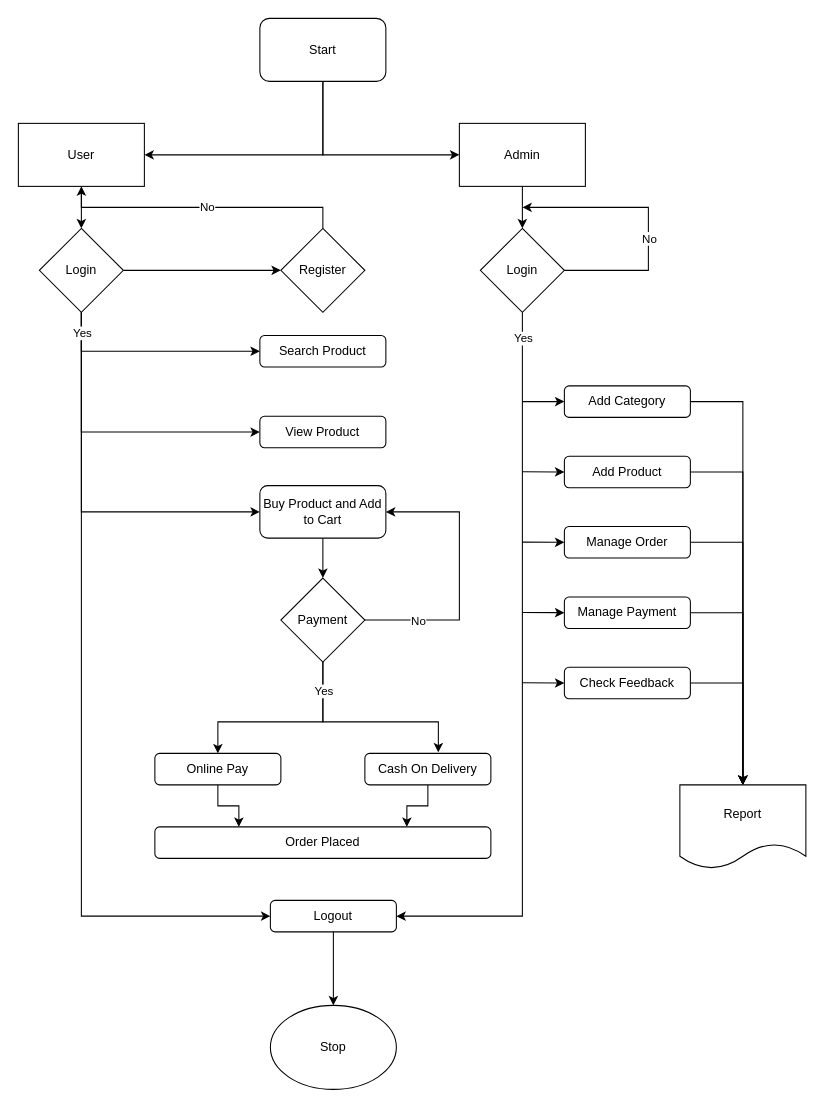
Before: geeks/Untitled Diagram.drawio in kajukopi/belajar, a draw.io diagram. Source tidied: cells renumbered, new cells numbered last; positions are measured from the earlier drawing's top-left corner, leaving out a move shared by most shapes. Both pictures are drawn from the tidied source at 105%, with x=0, y=0 at pixel (18, 18).
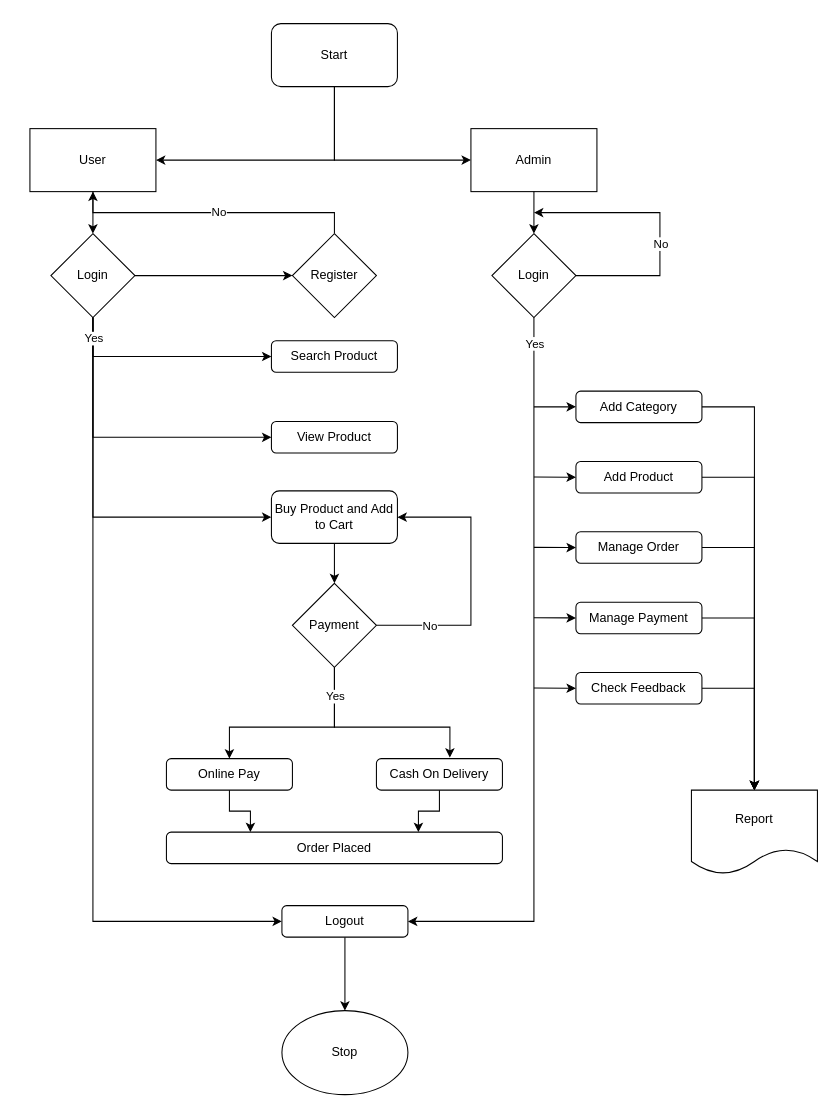
After the change.

Unchanged cells that the change refers to:
```xml
<mxCell id="43" value="Online Pay" style="rounded=1;whiteSpace=wrap;html=1;" parent="42" vertex="1">
  <mxGeometry width="120" height="30" as="geometry" />
</mxCell>
<mxCell id="44" value="Cash On Delivery" style="rounded=1;whiteSpace=wrap;html=1;" parent="42" vertex="1">
  <mxGeometry x="200" width="120" height="30" as="geometry" />
</mxCell>
```

What changed in the source:
```diff
@@
+    <mxCell id="59" style="group;" parent="1" vertex="1">
+      <mxGeometry x="11" y="5" width="750" height="1020" as="geometry" />
+    </mxCell>
+    <mxCell id="37" style="edgeStyle=orthogonalEdgeStyle;rounded=0;jettySize=auto;html=1;entryX=0.583;entryY=-0.033;entryDx=0;entryDy=0;entryPerimeter=0;" parent="59" edge="1" source="40" target="44">
+      <mxGeometry relative="1" as="geometry">
+        <Array as="points">
+          <mxPoint x="290" y="670" />
+          <mxPoint x="400" y="670" />
+        </Array>
+      </mxGeometry>
+    </mxCell>
+    <mxCell id="4" value="Start" style="rounded=1;whiteSpace=wrap;html=1;" parent="59" vertex="1">
+      <mxGeometry x="230" width="120" height="60" as="geometry" />
+    </mxCell>
+    <mxCell id="6" value="User" style="rounded=0;whiteSpace=wrap;html=1;" parent="59" vertex="1">
+      <mxGeometry y="100" width="120" height="60" as="geometry" />
+    </mxCell>
+    <mxCell id="3" style="edgeStyle=orthogonalEdgeStyle;rounded=0;jettySize=auto;html=1;entryX=1;entryY=0.5;entryDx=0;entryDy=0;exitX=0.5;exitY=1;exitDx=0;exitDy=0;" parent="59" edge="1" source="4" target="6">
+      <mxGeometry relative="1" as="geometry" />
+    </mxCell>
+    <mxCell id="8" value="Admin" style="rounded=0;whiteSpace=wrap;html=1;" parent="59" vertex="1">
+      <mxGeometry x="420" y="100" width="120" height="60" as="geometry" />
+    </mxCell>
-    <mxCell id="2" style="edgeStyle=orthogonalEdgeStyle;rounded=0;jettySize=auto;html=1;entryX=0;entryY=0.5;entryDx=0;entryDy=0;exitX=0.5;exitY=1;exitDx=0;exitDy=0;" parent="1" edge="1" source="4" target="8">
+    <mxCell id="2" style="edgeStyle=orthogonalEdgeStyle;rounded=0;jettySize=auto;html=1;entryX=0;entryY=0.5;entryDx=0;entryDy=0;exitX=0.5;exitY=1;exitDx=0;exitDy=0;" parent="59" edge="1" source="4" target="8">
       <mxGeometry relative="1" as="geometry" />
     </mxCell>
-    <mxCell id="3" style="edgeStyle=orthogonalEdgeStyle;rounded=0;jettySize=auto;html=1;entryX=1;entryY=0.5;entryDx=0;entryDy=0;exitX=0.5;exitY=1;exitDx=0;exitDy=0;" parent="1" edge="1" source="4" target="6">
-      <mxGeometry relative="1" as="geometry" />
-    </mxCell>
-    <mxCell id="4" value="Start" style="rounded=1;whiteSpace=wrap;html=1;" parent="1" vertex="1">
-      <mxGeometry x="230" width="120" height="60" as="geometry" />
-    </mxCell>
-    <mxCell id="5" style="edgeStyle=orthogonalEdgeStyle;rounded=0;jettySize=auto;html=1;entryX=0.5;entryY=0;entryDx=0;entryDy=0;" parent="1" edge="1" source="6" target="27">
-      <mxGeometry relative="1" as="geometry" />
-    </mxCell>
-    <mxCell id="6" value="User" style="rounded=0;whiteSpace=wrap;html=1;" parent="1" vertex="1">
-      <mxGeometry y="100" width="120" height="60" as="geometry" />
-    </mxCell>
+    <mxCell id="11" value="Login" style="rhombus;whiteSpace=wrap;html=1;" parent="59" vertex="1">
+      <mxGeometry x="440" y="200" width="80" height="80" as="geometry" />
+    </mxCell>
-    <mxCell id="7" style="edgeStyle=orthogonalEdgeStyle;rounded=0;jettySize=auto;html=1;entryX=0.5;entryY=0;entryDx=0;entryDy=0;" parent="1" edge="1" source="8" target="11">
+    <mxCell id="7" style="edgeStyle=orthogonalEdgeStyle;rounded=0;jettySize=auto;html=1;entryX=0.5;entryY=0;entryDx=0;entryDy=0;" parent="59" edge="1" source="8" target="11">
       <mxGeometry relative="1" as="geometry" />
     </mxCell>
-    <mxCell id="8" value="Admin" style="rounded=0;whiteSpace=wrap;html=1;" parent="1" vertex="1">
-      <mxGeometry x="420" y="100" width="120" height="60" as="geometry" />
-    </mxCell>
-    <mxCell id="9" style="edgeStyle=orthogonalEdgeStyle;rounded=0;jettySize=auto;html=1;entryX=1;entryY=0.5;entryDx=0;entryDy=0;exitX=0.5;exitY=1;exitDx=0;exitDy=0;" parent="1" edge="1" source="11" target="49">
-      <mxGeometry relative="1" as="geometry">
-        <Array as="points">
-          <mxPoint x="480" y="855" />
-        </Array>
-      </mxGeometry>
-    </mxCell>
-    <mxCell id="10" value="Yes" style="edgeLabel;html=1;align=center;verticalAlign=middle;" parent="9" vertex="1">
-      <mxGeometry x="-0.93" relative="1" as="geometry" />
-    </mxCell>
-    <mxCell id="11" value="Login" style="rhombus;whiteSpace=wrap;html=1;" parent="1" vertex="1">
-      <mxGeometry x="440" y="200" width="80" height="80" as="geometry" />
-    </mxCell>
-    <mxCell id="12" style="edgeStyle=orthogonalEdgeStyle;rounded=0;jettySize=auto;html=1;entryX=0.5;entryY=0;entryDx=0;entryDy=0;startArrow=none;startFill=0;endArrow=classic;endFill=1;" parent="1" edge="1" source="13" target="14">
-      <mxGeometry relative="1" as="geometry">
-        <Array as="points">
-          <mxPoint x="690" y="365" />
-        </Array>
-      </mxGeometry>
-    </mxCell>
-    <mxCell id="13" value="Add Category" style="rounded=1;whiteSpace=wrap;html=1;" parent="1" vertex="1">
+    <mxCell id="13" value="Add Category" style="rounded=1;whiteSpace=wrap;html=1;" parent="59" vertex="1">
       <mxGeometry x="520" y="350" width="120" height="30" as="geometry" />
     </mxCell>
-    <mxCell id="14" value="Report" style="shape=document;whiteSpace=wrap;html=1;boundedLbl=1;" parent="1" vertex="1">
+    <mxCell id="14" value="Report" style="shape=document;whiteSpace=wrap;html=1;boundedLbl=1;" parent="59" vertex="1">
       <mxGeometry x="630" y="730" width="120" height="80" as="geometry" />
     </mxCell>
+    <mxCell id="12" style="edgeStyle=orthogonalEdgeStyle;rounded=0;jettySize=auto;html=1;entryX=0.5;entryY=0;entryDx=0;entryDy=0;startArrow=none;startFill=0;endArrow=classic;endFill=1;" parent="59" edge="1" source="13" target="14">
+      <mxGeometry relative="1" as="geometry">
+        <Array as="points">
+          <mxPoint x="690" y="365" />
+        </Array>
+      </mxGeometry>
+    </mxCell>
-    <mxCell id="15" style="edgeStyle=orthogonalEdgeStyle;rounded=0;jettySize=auto;html=1;entryX=0.5;entryY=0;entryDx=0;entryDy=0;startArrow=none;startFill=0;endArrow=classic;endFill=1;" parent="1" edge="1" source="16" target="14">
+    <mxCell id="15" style="edgeStyle=orthogonalEdgeStyle;rounded=0;jettySize=auto;html=1;entryX=0.5;entryY=0;entryDx=0;entryDy=0;startArrow=none;startFill=0;endArrow=classic;endFill=1;" parent="59" edge="1" source="16" target="14">
       <mxGeometry relative="1" as="geometry">
         <Array as="points">
           <mxPoint x="690" y="432" />
         </Array>
       </mxGeometry>
     </mxCell>
-    <mxCell id="16" value="Add Product" style="rounded=1;whiteSpace=wrap;html=1;" parent="1" vertex="1">
+    <mxCell id="16" value="Add Product" style="rounded=1;whiteSpace=wrap;html=1;" parent="59" vertex="1">
       <mxGeometry x="520" y="417" width="120" height="30" as="geometry" />
     </mxCell>
-    <mxCell id="17" style="edgeStyle=orthogonalEdgeStyle;rounded=0;jettySize=auto;html=1;entryX=0.5;entryY=0;entryDx=0;entryDy=0;startArrow=none;startFill=0;endArrow=classic;endFill=1;" parent="1" edge="1" source="18" target="14">
+    <mxCell id="17" style="edgeStyle=orthogonalEdgeStyle;rounded=0;jettySize=auto;html=1;entryX=0.5;entryY=0;entryDx=0;entryDy=0;startArrow=none;startFill=0;endArrow=classic;endFill=1;" parent="59" edge="1" source="18" target="14">
       <mxGeometry relative="1" as="geometry">
         <Array as="points">
           <mxPoint x="690" y="499" />
         </Array>
       </mxGeometry>
     </mxCell>
-    <mxCell id="18" value="Manage Order" style="rounded=1;whiteSpace=wrap;html=1;" parent="1" vertex="1">
+    <mxCell id="18" value="Manage Order" style="rounded=1;whiteSpace=wrap;html=1;" parent="59" vertex="1">
       <mxGeometry x="520" y="484" width="120" height="30" as="geometry" />
     </mxCell>
-    <mxCell id="19" style="edgeStyle=orthogonalEdgeStyle;rounded=0;jettySize=auto;html=1;entryX=0.5;entryY=0;entryDx=0;entryDy=0;startArrow=none;startFill=0;endArrow=classic;endFill=1;" parent="1" edge="1" source="20" target="14">
+    <mxCell id="19" style="edgeStyle=orthogonalEdgeStyle;rounded=0;jettySize=auto;html=1;entryX=0.5;entryY=0;entryDx=0;entryDy=0;startArrow=none;startFill=0;endArrow=classic;endFill=1;" parent="59" edge="1" source="20" target="14">
       <mxGeometry relative="1" as="geometry">
         <Array as="points">
           <mxPoint x="690" y="566" />
         </Array>
       </mxGeometry>
     </mxCell>
-    <mxCell id="20" value="Manage Payment" style="rounded=1;whiteSpace=wrap;html=1;" parent="1" vertex="1">
+    <mxCell id="20" value="Manage Payment" style="rounded=1;whiteSpace=wrap;html=1;" parent="59" vertex="1">
       <mxGeometry x="520" y="551" width="120" height="30" as="geometry" />
     </mxCell>
-    <mxCell id="21" style="edgeStyle=orthogonalEdgeStyle;rounded=0;jettySize=auto;html=1;entryX=0.5;entryY=0;entryDx=0;entryDy=0;startArrow=none;startFill=0;endArrow=classic;endFill=1;" parent="1" edge="1" source="22" target="14">
+    <mxCell id="21" style="edgeStyle=orthogonalEdgeStyle;rounded=0;jettySize=auto;html=1;entryX=0.5;entryY=0;entryDx=0;entryDy=0;startArrow=none;startFill=0;endArrow=classic;endFill=1;" parent="59" edge="1" source="22" target="14">
       <mxGeometry relative="1" as="geometry">
         <Array as="points">
           <mxPoint x="690" y="633" />
         </Array>
       </mxGeometry>
     </mxCell>
-    <mxCell id="22" value="Check Feedback" style="rounded=1;whiteSpace=wrap;html=1;" parent="1" vertex="1">
+    <mxCell id="22" value="Check Feedback" style="rounded=1;whiteSpace=wrap;html=1;" parent="59" vertex="1">
       <mxGeometry x="520" y="618" width="120" height="30" as="geometry" />
     </mxCell>
-    <mxCell id="23" style="edgeStyle=orthogonalEdgeStyle;rounded=0;jettySize=auto;html=1;entryX=0;entryY=0.5;entryDx=0;entryDy=0;" parent="1" edge="1" source="27" target="30">
-      <mxGeometry relative="1" as="geometry" />
-    </mxCell>
-    <mxCell id="24" style="edgeStyle=orthogonalEdgeStyle;rounded=0;jettySize=auto;html=1;entryX=0;entryY=0.5;entryDx=0;entryDy=0;startArrow=none;startFill=0;endArrow=classic;endFill=1;exitX=0.5;exitY=1;exitDx=0;exitDy=0;" parent="1" edge="1" source="27" target="31">
-      <mxGeometry relative="1" as="geometry">
-        <Array as="points">
-          <mxPoint x="60" y="317" />
-        </Array>
-      </mxGeometry>
-    </mxCell>
-    <mxCell id="25" style="edgeStyle=orthogonalEdgeStyle;rounded=0;jettySize=auto;html=1;entryX=0;entryY=0.5;entryDx=0;entryDy=0;startArrow=none;startFill=0;endArrow=classic;endFill=1;exitX=0.5;exitY=1;exitDx=0;exitDy=0;" parent="1" edge="1" source="27" target="32">
-      <mxGeometry relative="1" as="geometry" />
-    </mxCell>
-    <mxCell id="26" style="edgeStyle=orthogonalEdgeStyle;rounded=0;jettySize=auto;html=1;entryX=0;entryY=0.5;entryDx=0;entryDy=0;startArrow=none;startFill=0;endArrow=classic;endFill=1;exitX=0.5;exitY=1;exitDx=0;exitDy=0;" parent="1" edge="1" source="27" target="34">
-      <mxGeometry relative="1" as="geometry">
-        <Array as="points">
-          <mxPoint x="60" y="470" />
-        </Array>
-      </mxGeometry>
-    </mxCell>
-    <mxCell id="27" value="Login" style="rhombus;whiteSpace=wrap;html=1;" parent="1" vertex="1">
+    <mxCell id="27" value="Login" style="rhombus;whiteSpace=wrap;html=1;" parent="59" vertex="1">
       <mxGeometry x="20" y="200" width="80" height="80" as="geometry" />
     </mxCell>
+    <mxCell id="5" style="edgeStyle=orthogonalEdgeStyle;rounded=0;jettySize=auto;html=1;entryX=0.5;entryY=0;entryDx=0;entryDy=0;" parent="59" edge="1" source="6" target="27">
+      <mxGeometry relative="1" as="geometry" />
+    </mxCell>
-    <mxCell id="28" style="edgeStyle=orthogonalEdgeStyle;rounded=0;jettySize=auto;html=1;entryX=0.5;entryY=1;entryDx=0;entryDy=0;" parent="1" edge="1" source="30" target="6">
+    <mxCell id="28" style="edgeStyle=orthogonalEdgeStyle;rounded=0;jettySize=auto;html=1;entryX=0.5;entryY=1;entryDx=0;entryDy=0;" parent="59" edge="1" source="30" target="6">
       <mxGeometry relative="1" as="geometry">
         <Array as="points">
           <mxPoint x="290" y="180" />
           <mxPoint x="60" y="180" />
         </Array>
       </mxGeometry>
     </mxCell>
@@
-    <mxCell id="30" value="Register" style="rhombus;whiteSpace=wrap;html=1;" parent="1" vertex="1">
+    <mxCell id="30" value="Register" style="rhombus;whiteSpace=wrap;html=1;" parent="59" vertex="1">
       <mxGeometry x="250" y="200" width="80" height="80" as="geometry" />
     </mxCell>
+    <mxCell id="23" style="edgeStyle=orthogonalEdgeStyle;rounded=0;jettySize=auto;html=1;entryX=0;entryY=0.5;entryDx=0;entryDy=0;" parent="59" edge="1" source="27" target="30">
+      <mxGeometry relative="1" as="geometry" />
+    </mxCell>
-    <mxCell id="31" value="Search Product" style="rounded=1;whiteSpace=wrap;html=1;" parent="1" vertex="1">
+    <mxCell id="31" value="Search Product" style="rounded=1;whiteSpace=wrap;html=1;" parent="59" vertex="1">
       <mxGeometry x="230" y="302" width="120" height="30" as="geometry" />
     </mxCell>
+    <mxCell id="24" style="edgeStyle=orthogonalEdgeStyle;rounded=0;jettySize=auto;html=1;entryX=0;entryY=0.5;entryDx=0;entryDy=0;startArrow=none;startFill=0;endArrow=classic;endFill=1;exitX=0.5;exitY=1;exitDx=0;exitDy=0;" parent="59" edge="1" source="27" target="31">
+      <mxGeometry relative="1" as="geometry">
+        <Array as="points">
+          <mxPoint x="60" y="317" />
+        </Array>
+      </mxGeometry>
+    </mxCell>
-    <mxCell id="32" value="View Product" style="rounded=1;whiteSpace=wrap;html=1;" parent="1" vertex="1">
+    <mxCell id="32" value="View Product" style="rounded=1;whiteSpace=wrap;html=1;" parent="59" vertex="1">
       <mxGeometry x="230" y="379" width="120" height="30" as="geometry" />
     </mxCell>
-    <mxCell id="33" style="edgeStyle=orthogonalEdgeStyle;rounded=0;jettySize=auto;html=1;exitX=0.5;exitY=1;exitDx=0;exitDy=0;entryX=0.5;entryY=0;entryDx=0;entryDy=0;" parent="1" edge="1" source="34" target="40">
-      <mxGeometry relative="1" as="geometry" />
-    </mxCell>
+    <mxCell id="25" style="edgeStyle=orthogonalEdgeStyle;rounded=0;jettySize=auto;html=1;entryX=0;entryY=0.5;entryDx=0;entryDy=0;startArrow=none;startFill=0;endArrow=classic;endFill=1;exitX=0.5;exitY=1;exitDx=0;exitDy=0;" parent="59" edge="1" source="27" target="32">
+      <mxGeometry relative="1" as="geometry" />
+    </mxCell>
-    <mxCell id="34" value="Buy Product and Add to Cart" style="rounded=1;whiteSpace=wrap;html=1;" parent="1" vertex="1">
+    <mxCell id="34" value="Buy Product and Add to Cart" style="rounded=1;whiteSpace=wrap;html=1;" parent="59" vertex="1">
       <mxGeometry x="230" y="445" width="120" height="50" as="geometry" />
     </mxCell>
+    <mxCell id="26" style="edgeStyle=orthogonalEdgeStyle;rounded=0;jettySize=auto;html=1;entryX=0;entryY=0.5;entryDx=0;entryDy=0;startArrow=none;startFill=0;endArrow=classic;endFill=1;exitX=0.5;exitY=1;exitDx=0;exitDy=0;" parent="59" edge="1" source="27" target="34">
+      <mxGeometry relative="1" as="geometry">
+        <Array as="points">
+          <mxPoint x="60" y="470" />
+        </Array>
+      </mxGeometry>
+    </mxCell>
-    <mxCell id="35" style="edgeStyle=orthogonalEdgeStyle;rounded=0;jettySize=auto;html=1;entryX=1;entryY=0.5;entryDx=0;entryDy=0;exitX=1;exitY=0.5;exitDx=0;exitDy=0;" parent="1" edge="1" source="40" target="34">
+    <mxCell id="35" style="edgeStyle=orthogonalEdgeStyle;rounded=0;jettySize=auto;html=1;entryX=1;entryY=0.5;entryDx=0;entryDy=0;exitX=1;exitY=0.5;exitDx=0;exitDy=0;" parent="59" edge="1" source="40" target="34">
       <mxGeometry relative="1" as="geometry">
         <Array as="points">
           <mxPoint x="420" y="573" />
           <mxPoint x="420" y="470" />
         </Array>
       </mxGeometry>
     </mxCell>
@@
-    <mxCell id="37" style="edgeStyle=orthogonalEdgeStyle;rounded=0;jettySize=auto;html=1;entryX=0.583;entryY=-0.033;entryDx=0;entryDy=0;entryPerimeter=0;" parent="1" edge="1" source="40" target="44">
-      <mxGeometry relative="1" as="geometry">
-        <Array as="points">
-          <mxPoint x="290" y="670" />
-          <mxPoint x="400" y="670" />
-        </Array>
-      </mxGeometry>
-    </mxCell>
-    <mxCell id="38" style="edgeStyle=orthogonalEdgeStyle;rounded=0;jettySize=auto;html=1;entryX=0.5;entryY=0;entryDx=0;entryDy=0;" parent="1" edge="1" source="40" target="43">
-      <mxGeometry relative="1" as="geometry">
-        <Array as="points">
-          <mxPoint x="290" y="670" />
-          <mxPoint x="190" y="670" />
-        </Array>
-      </mxGeometry>
-    </mxCell>
-    <mxCell id="39" value="Yes" style="edgeLabel;html=1;align=center;verticalAlign=middle;" parent="38" vertex="1">
-      <mxGeometry x="-0.81" relative="1" as="geometry">
-        <mxPoint y="9" as="offset" />
-      </mxGeometry>
-    </mxCell>
-    <mxCell id="40" value="Payment" style="rhombus;whiteSpace=wrap;html=1;" parent="1" vertex="1">
+    <mxCell id="40" value="Payment" style="rhombus;whiteSpace=wrap;html=1;" parent="59" vertex="1">
       <mxGeometry x="250" y="533" width="80" height="80" as="geometry" />
     </mxCell>
+    <mxCell id="33" style="edgeStyle=orthogonalEdgeStyle;rounded=0;jettySize=auto;html=1;exitX=0.5;exitY=1;exitDx=0;exitDy=0;entryX=0.5;entryY=0;entryDx=0;entryDy=0;" parent="59" edge="1" source="34" target="40">
+      <mxGeometry relative="1" as="geometry" />
+    </mxCell>
-    <mxCell id="41" value="Order Placed" style="rounded=1;whiteSpace=wrap;html=1;" parent="1" vertex="1">
+    <mxCell id="41" value="Order Placed" style="rounded=1;whiteSpace=wrap;html=1;" parent="59" vertex="1">
       <mxGeometry x="130" y="770" width="320" height="30" as="geometry" />
     </mxCell>
-    <mxCell id="42" style="group;flipV=0;flipH=0;" parent="1" vertex="1">
+    <mxCell id="42" style="group;flipV=0;flipH=0;" parent="59" vertex="1">
       <mxGeometry x="130" y="700" width="320" height="30" as="geometry" />
     </mxCell>
@@
+    <mxCell id="38" style="edgeStyle=orthogonalEdgeStyle;rounded=0;jettySize=auto;html=1;entryX=0.5;entryY=0;entryDx=0;entryDy=0;" parent="59" edge="1" source="40" target="43">
+      <mxGeometry relative="1" as="geometry">
+        <Array as="points">
+          <mxPoint x="290" y="670" />
+          <mxPoint x="190" y="670" />
+        </Array>
+      </mxGeometry>
+    </mxCell>
+    <mxCell id="39" value="Yes" style="edgeLabel;html=1;align=center;verticalAlign=middle;" parent="38" vertex="1">
+      <mxGeometry x="-0.81" relative="1" as="geometry">
+        <mxPoint y="9" as="offset" />
+      </mxGeometry>
+    </mxCell>
-    <mxCell id="45" value="Stop" style="ellipse;whiteSpace=wrap;html=1;" parent="1" vertex="1">
+    <mxCell id="45" value="Stop" style="ellipse;whiteSpace=wrap;html=1;" parent="59" vertex="1">
       <mxGeometry x="240" y="940" width="120" height="80" as="geometry" />
     </mxCell>
-    <mxCell id="46" style="edgeStyle=orthogonalEdgeStyle;rounded=0;jettySize=auto;html=1;entryX=0.75;entryY=0;entryDx=0;entryDy=0;" parent="1" edge="1" source="44" target="41">
+    <mxCell id="46" style="edgeStyle=orthogonalEdgeStyle;rounded=0;jettySize=auto;html=1;entryX=0.75;entryY=0;entryDx=0;entryDy=0;" parent="59" edge="1" source="44" target="41">
       <mxGeometry relative="1" as="geometry" />
     </mxCell>
-    <mxCell id="47" style="edgeStyle=orthogonalEdgeStyle;rounded=0;jettySize=auto;html=1;entryX=0.25;entryY=0;entryDx=0;entryDy=0;" parent="1" edge="1" source="43" target="41">
+    <mxCell id="47" style="edgeStyle=orthogonalEdgeStyle;rounded=0;jettySize=auto;html=1;entryX=0.25;entryY=0;entryDx=0;entryDy=0;" parent="59" edge="1" source="43" target="41">
       <mxGeometry relative="1" as="geometry" />
     </mxCell>
-    <mxCell id="48" style="edgeStyle=orthogonalEdgeStyle;rounded=0;jettySize=auto;html=1;entryX=0.5;entryY=0;entryDx=0;entryDy=0;startArrow=none;startFill=0;endArrow=classic;endFill=1;" parent="1" edge="1" source="49" target="45">
+    <mxCell id="48" style="edgeStyle=orthogonalEdgeStyle;rounded=0;jettySize=auto;html=1;entryX=0.5;entryY=0;entryDx=0;entryDy=0;startArrow=none;startFill=0;endArrow=classic;endFill=1;" parent="59" edge="1" source="49" target="45">
       <mxGeometry relative="1" as="geometry" />
     </mxCell>
-    <mxCell id="49" value="Logout" style="rounded=1;whiteSpace=wrap;html=1;" parent="1" vertex="1">
+    <mxCell id="49" value="Logout" style="rounded=1;whiteSpace=wrap;html=1;" parent="59" vertex="1">
       <mxGeometry x="240" y="840" width="120" height="30" as="geometry" />
     </mxCell>
-    <mxCell id="50" style="endArrow=classic;html=1;rounded=0;exitX=1;exitY=0.5;exitDx=0;exitDy=0;startArrow=none;startFill=0;endFill=1;" parent="1" edge="1" source="11">
+    <mxCell id="50" style="endArrow=classic;html=1;rounded=0;exitX=1;exitY=0.5;exitDx=0;exitDy=0;startArrow=none;startFill=0;endFill=1;" parent="59" edge="1" source="11">
       <mxGeometry relative="1" as="geometry">
         <mxPoint x="480" y="180" as="targetPoint" />
         <Array as="points">
           <mxPoint x="600" y="240" />
           <mxPoint x="600" y="180" />
         </Array>
       </mxGeometry>
     </mxCell>
@@
-    <mxCell id="52" style="endArrow=classic;html=1;rounded=0;" parent="1" edge="1">
+    <mxCell id="52" style="endArrow=classic;html=1;rounded=0;" parent="59" edge="1">
       <mxGeometry relative="1" as="geometry">
         <mxPoint x="480" y="365" as="sourcePoint" />
         <mxPoint x="520" y="365" as="targetPoint" />
       </mxGeometry>
     </mxCell>
-    <mxCell id="53" style="endArrow=classic;html=1;rounded=0;" parent="1" edge="1">
+    <mxCell id="53" style="endArrow=classic;html=1;rounded=0;" parent="59" edge="1">
       <mxGeometry relative="1" as="geometry">
         <mxPoint x="480" y="431.8" as="sourcePoint" />
         <mxPoint x="520" y="432" as="targetPoint" />
       </mxGeometry>
     </mxCell>
-    <mxCell id="54" style="endArrow=classic;html=1;rounded=0;" parent="1" edge="1">
+    <mxCell id="54" style="endArrow=classic;html=1;rounded=0;" parent="59" edge="1">
       <mxGeometry relative="1" as="geometry">
         <mxPoint x="480" y="498.8" as="sourcePoint" />
         <mxPoint x="520" y="499" as="targetPoint" />
       </mxGeometry>
     </mxCell>
-    <mxCell id="55" style="endArrow=classic;html=1;rounded=0;" parent="1" edge="1">
+    <mxCell id="55" style="endArrow=classic;html=1;rounded=0;" parent="59" edge="1">
       <mxGeometry relative="1" as="geometry">
         <mxPoint x="480" y="565.8" as="sourcePoint" />
         <mxPoint x="520" y="566" as="targetPoint" />
       </mxGeometry>
     </mxCell>
-    <mxCell id="56" style="endArrow=classic;html=1;rounded=0;" parent="1" edge="1">
+    <mxCell id="56" style="endArrow=classic;html=1;rounded=0;" parent="59" edge="1">
       <mxGeometry relative="1" as="geometry">
         <mxPoint x="480" y="632.8" as="sourcePoint" />
         <mxPoint x="520" y="633" as="targetPoint" />
       </mxGeometry>
     </mxCell>
+    <mxCell id="9" style="edgeStyle=orthogonalEdgeStyle;rounded=0;jettySize=auto;html=1;entryX=1;entryY=0.5;entryDx=0;entryDy=0;exitX=0.5;exitY=1;exitDx=0;exitDy=0;" parent="59" edge="1" source="11" target="49">
+      <mxGeometry relative="1" as="geometry">
+        <Array as="points">
+          <mxPoint x="480" y="855" />
+        </Array>
+      </mxGeometry>
+    </mxCell>
+    <mxCell id="10" value="Yes" style="edgeLabel;html=1;align=center;verticalAlign=middle;" parent="9" vertex="1">
+      <mxGeometry x="-0.93" relative="1" as="geometry" />
+    </mxCell>
-    <mxCell id="57" style="edgeStyle=orthogonalEdgeStyle;rounded=0;jettySize=auto;html=1;entryX=0;entryY=0.5;entryDx=0;entryDy=0;exitX=0.5;exitY=1;exitDx=0;exitDy=0;" parent="1" edge="1" source="27" target="49">
+    <mxCell id="57" style="edgeStyle=orthogonalEdgeStyle;rounded=0;jettySize=auto;html=1;entryX=0;entryY=0.5;entryDx=0;entryDy=0;exitX=0.5;exitY=1;exitDx=0;exitDy=0;" parent="59" edge="1" source="27" target="49">
       <mxGeometry relative="1" as="geometry">
         <Array as="points">
           <mxPoint x="60" y="855" />
         </Array>
       </mxGeometry>
     </mxCell>
```
